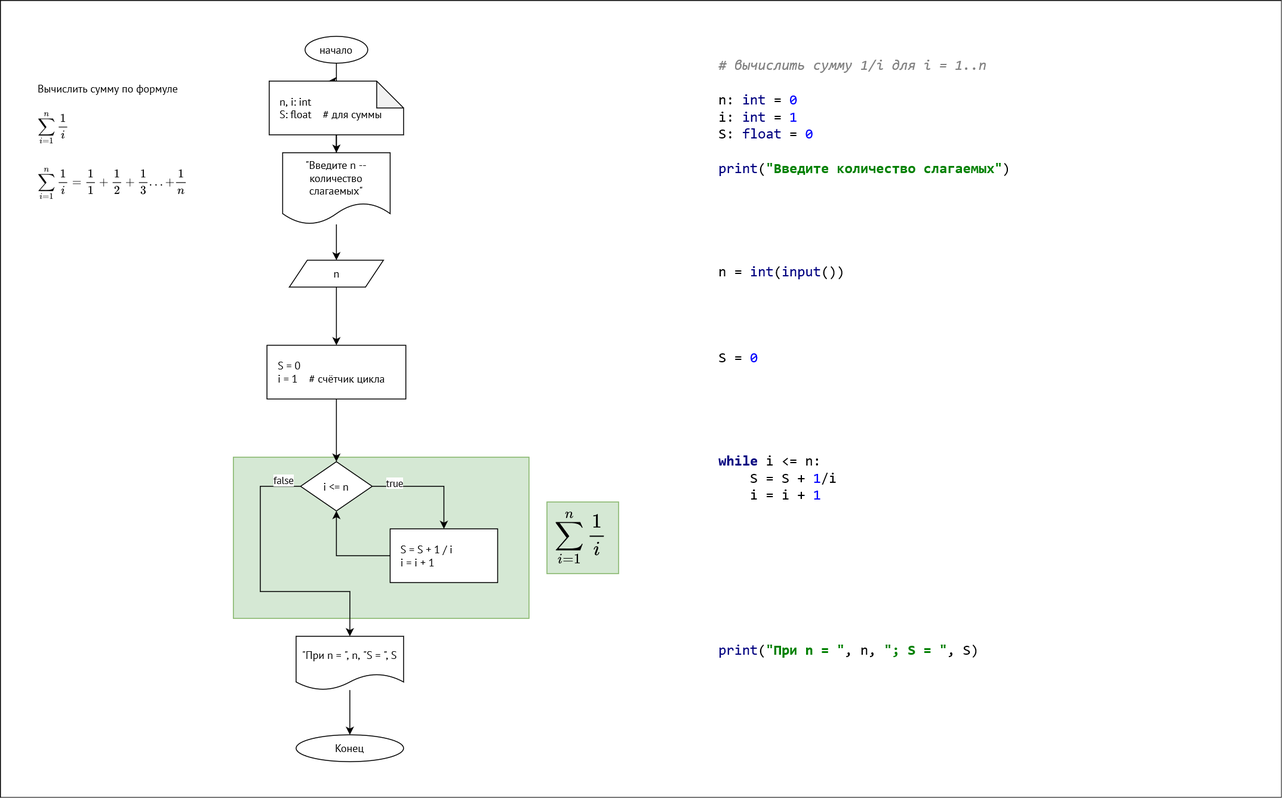
Above: 2022_s/cycles_examples1.drawio.png in VetrovSV/Programming (draw.io), before the change. Source tidied: cells renumbered, new cells last; positions are measured from the earlier drawing's top-left corner, leaving out a move shared by most shapes.
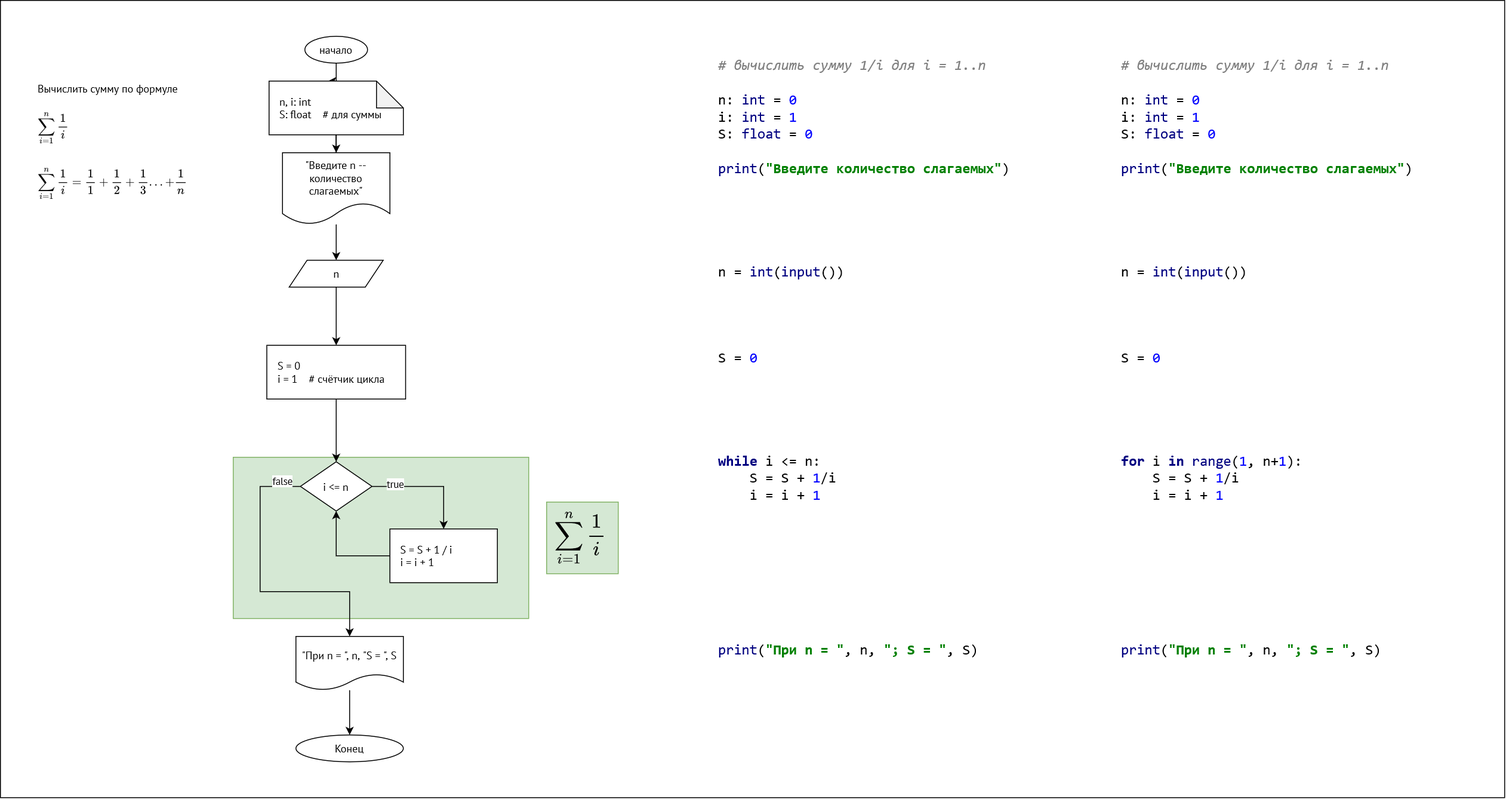
Later version of the same file.

Change to the diagram source:
```diff
@@ -3,7 +3,7 @@
     <mxCell id="0" />
     <mxCell id="1" parent="0" />
     <mxCell id="2" style="rounded=0;whiteSpace=wrap;html=1;fontSize=20;" parent="1" vertex="1">
-      <mxGeometry width="1430" height="890" as="geometry" />
+      <mxGeometry width="1680" height="890" as="geometry" />
     </mxCell>
     <mxCell id="3" style="rounded=0;whiteSpace=wrap;html=1;fillColor=#d5e8d4;strokeColor=#82b366;" parent="1" vertex="1">
       <mxGeometry x="260" y="510" width="330" height="180" as="geometry" />
@@ -87,5 +87,8 @@
     <mxCell id="27" value="&lt;pre style=&quot;background-color: rgb(255, 255, 255); color: rgb(0, 0, 0); font-family: &amp;quot;JetBrains Mono&amp;quot;, monospace; font-size: 16px;&quot;&gt;&lt;span style=&quot;color: rgb(128, 128, 128); font-style: italic; font-size: 16px;&quot;&gt;# вычислить сумму 1/i для i = 1..n&lt;br style=&quot;font-size: 16px;&quot;&gt;&lt;/span&gt;&lt;span style=&quot;color: rgb(128, 128, 128); font-style: italic; font-size: 16px;&quot;&gt;&lt;br style=&quot;font-size: 16px;&quot;&gt;&lt;/span&gt;n: &lt;span style=&quot;color: rgb(0, 0, 128); font-size: 16px;&quot;&gt;int &lt;/span&gt;= &lt;span style=&quot;color: rgb(0, 0, 255); font-size: 16px;&quot;&gt;0&lt;br style=&quot;font-size: 16px;&quot;&gt;&lt;/span&gt;i: &lt;span style=&quot;color: rgb(0, 0, 128); font-size: 16px;&quot;&gt;int &lt;/span&gt;= &lt;span style=&quot;color: rgb(0, 0, 255); font-size: 16px;&quot;&gt;1&lt;br style=&quot;font-size: 16px;&quot;&gt;&lt;/span&gt;S: &lt;span style=&quot;color: rgb(0, 0, 128); font-size: 16px;&quot;&gt;float &lt;/span&gt;= &lt;span style=&quot;color: rgb(0, 0, 255); font-size: 16px;&quot;&gt;0&lt;br style=&quot;font-size: 16px;&quot;&gt;&lt;br style=&quot;font-size: 16px;&quot;&gt;&lt;/span&gt;&lt;span style=&quot;color: rgb(0, 0, 128); font-size: 16px;&quot;&gt;print&lt;/span&gt;(&lt;span style=&quot;color: rgb(0, 128, 0); font-weight: bold; font-size: 16px;&quot;&gt;&quot;Введите количество слагаемых&quot;&lt;/span&gt;)&lt;br style=&quot;font-size: 16px;&quot;&gt;&lt;br&gt;&lt;br&gt;&lt;br&gt;&lt;br&gt;&lt;br&gt;n = &lt;span style=&quot;color: rgb(0, 0, 128); font-size: 16px;&quot;&gt;int&lt;/span&gt;(&lt;span style=&quot;color: rgb(0, 0, 128); font-size: 16px;&quot;&gt;input&lt;/span&gt;())&lt;br style=&quot;font-size: 16px;&quot;&gt;&lt;br style=&quot;font-size: 16px;&quot;&gt;&lt;br style=&quot;font-size: 16px;&quot;&gt;&lt;br&gt;&lt;br style=&quot;font-size: 16px;&quot;&gt;S = &lt;span style=&quot;color: rgb(0, 0, 255); font-size: 16px;&quot;&gt;0&lt;br style=&quot;font-size: 16px;&quot;&gt;&lt;br style=&quot;font-size: 16px;&quot;&gt;&lt;/span&gt;&lt;span style=&quot;color: rgb(0, 0, 128); font-weight: bold; font-size: 16px;&quot;&gt;&lt;br&gt;&lt;br&gt;&lt;br&gt;&lt;br&gt;while &lt;/span&gt;i &amp;lt;= n:&lt;br style=&quot;font-size: 16px;&quot;&gt;    S = S + &lt;span style=&quot;color: rgb(0, 0, 255); font-size: 16px;&quot;&gt;1&lt;/span&gt;/i&lt;br style=&quot;font-size: 16px;&quot;&gt;    i = i + &lt;span style=&quot;color: rgb(0, 0, 255); font-size: 16px;&quot;&gt;1&lt;br style=&quot;font-size: 16px;&quot;&gt;&lt;/span&gt;&lt;span style=&quot;color: rgb(0, 0, 255); font-size: 16px;&quot;&gt;&lt;br style=&quot;font-size: 16px;&quot;&gt;&lt;/span&gt;&lt;span style=&quot;color: rgb(0, 0, 255); font-size: 16px;&quot;&gt;&lt;br style=&quot;font-size: 16px;&quot;&gt;&lt;/span&gt;&lt;span style=&quot;color: rgb(0, 0, 128); font-size: 16px;&quot;&gt;&lt;br&gt;&lt;br&gt;&lt;br&gt;&lt;br&gt;&lt;br&gt;&lt;br&gt;print&lt;/span&gt;(&lt;span style=&quot;color: rgb(0, 128, 0); font-weight: bold; font-size: 16px;&quot;&gt;&quot;При n = &quot;&lt;/span&gt;, n, &lt;span style=&quot;color: rgb(0, 128, 0); font-weight: bold; font-size: 16px;&quot;&gt;&quot;; S = &quot;&lt;/span&gt;, S)&lt;br style=&quot;font-size: 16px;&quot;&gt;&lt;br style=&quot;font-size: 16px;&quot;&gt;&lt;/pre&gt;" style="text;whiteSpace=wrap;html=1;fontSize=16;" parent="1" vertex="1">
       <mxGeometry x="800" y="40" width="440" height="740" as="geometry" />
     </mxCell>
+    <mxCell id="28" value="&lt;pre style=&quot;background-color:#ffffff;color:#000000;font-family:'JetBrains Mono',monospace;font-size:9,8pt;&quot;&gt;&lt;span style=&quot;color:#808080;font-style:italic;&quot;&gt;# вычислить сумму 1/i для i = 1..n&lt;br&gt;&lt;/span&gt;&lt;span style=&quot;color:#808080;font-style:italic;&quot;&gt;&lt;br&gt;&lt;/span&gt;n: &lt;span style=&quot;color:#000080;&quot;&gt;int &lt;/span&gt;= &lt;span style=&quot;color:#0000ff;&quot;&gt;0&lt;br&gt;&lt;/span&gt;i: &lt;span style=&quot;color:#000080;&quot;&gt;int &lt;/span&gt;= &lt;span style=&quot;color:#0000ff;&quot;&gt;1&lt;br&gt;&lt;/span&gt;S: &lt;span style=&quot;color:#000080;&quot;&gt;float &lt;/span&gt;= &lt;span style=&quot;color:#0000ff;&quot;&gt;0&lt;br&gt;&lt;/span&gt;&lt;span style=&quot;color:#0000ff;&quot;&gt;&lt;br&gt;&lt;/span&gt;&lt;span style=&quot;color:#000080;&quot;&gt;print&lt;/span&gt;(&lt;span style=&quot;color:#008000;font-weight:bold;&quot;&gt;&quot;Введите количество слагаемых&quot;&lt;/span&gt;)&lt;br&gt;&lt;br&gt;&lt;br&gt;&lt;br&gt;&lt;br&gt;&lt;br&gt;n = &lt;span style=&quot;color:#000080;&quot;&gt;int&lt;/span&gt;(&lt;span style=&quot;color:#000080;&quot;&gt;input&lt;/span&gt;())&lt;br&gt;&lt;br&gt;&lt;br&gt;&lt;br&gt;&lt;br&gt;S = &lt;span style=&quot;color:#0000ff;&quot;&gt;0&lt;br&gt;&lt;/span&gt;&lt;span style=&quot;color:#0000ff;&quot;&gt;&lt;br&gt;&lt;/span&gt;&lt;span style=&quot;color:#000080;font-weight:bold;&quot;&gt;&lt;br&gt;&lt;br&gt;&lt;br&gt;&lt;br&gt;for &lt;/span&gt;i &lt;span style=&quot;color:#000080;font-weight:bold;&quot;&gt;in &lt;/span&gt;&lt;span style=&quot;color:#000080;&quot;&gt;range&lt;/span&gt;(&lt;span style=&quot;color:#0000ff;&quot;&gt;1&lt;/span&gt;, n+&lt;span style=&quot;color:#0000ff;&quot;&gt;1&lt;/span&gt;):&lt;br&gt;    S = S + &lt;span style=&quot;color:#0000ff;&quot;&gt;1&lt;/span&gt;/i&lt;br&gt;    i = i + &lt;span style=&quot;color:#0000ff;&quot;&gt;1&lt;br&gt;&lt;/span&gt;&lt;span style=&quot;color:#0000ff;&quot;&gt;&lt;br&gt;&lt;/span&gt;&lt;span style=&quot;color:#0000ff;&quot;&gt;&lt;br&gt;&lt;/span&gt;&lt;span style=&quot;color:#000080;&quot;&gt;&lt;br&gt;&lt;br&gt;&lt;br&gt;&lt;br&gt;&lt;br&gt;&lt;br&gt;print&lt;/span&gt;(&lt;span style=&quot;color:#008000;font-weight:bold;&quot;&gt;&quot;При n = &quot;&lt;/span&gt;, n, &lt;span style=&quot;color:#008000;font-weight:bold;&quot;&gt;&quot;; S = &quot;&lt;/span&gt;, S)&lt;br&gt;&lt;br&gt;&lt;/pre&gt;" style="text;whiteSpace=wrap;html=1;fontSize=16;" parent="1" vertex="1">
+      <mxGeometry x="1250" y="40" width="360" height="720" as="geometry" />
+    </mxCell>
   </root>
 </mxGraphModel>
```
